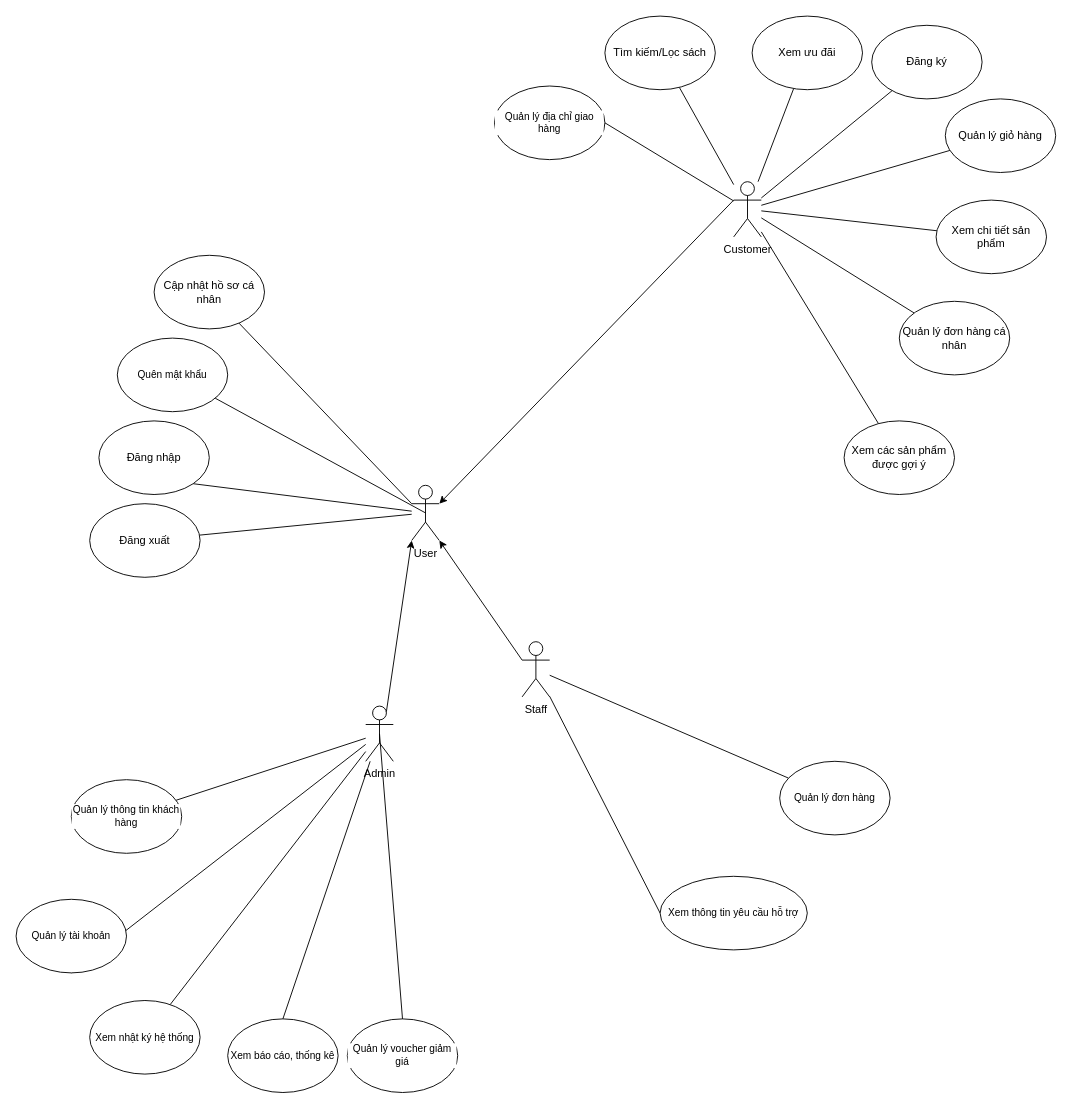
Before: page "Tổng quát" (1 of 9) of Usecase Diagram Bookstore.drawio in KaNguyen3005/Bookstore-System, a draw.io diagram. Source tidied: cells renumbered, new cells numbered last; positions are measured from the earlier drawing's top-left corner, leaving out a move shared by most shapes. Both pictures are drawn from the tidied source at 92%, with x=0, y=0 at pixel (16, 16).
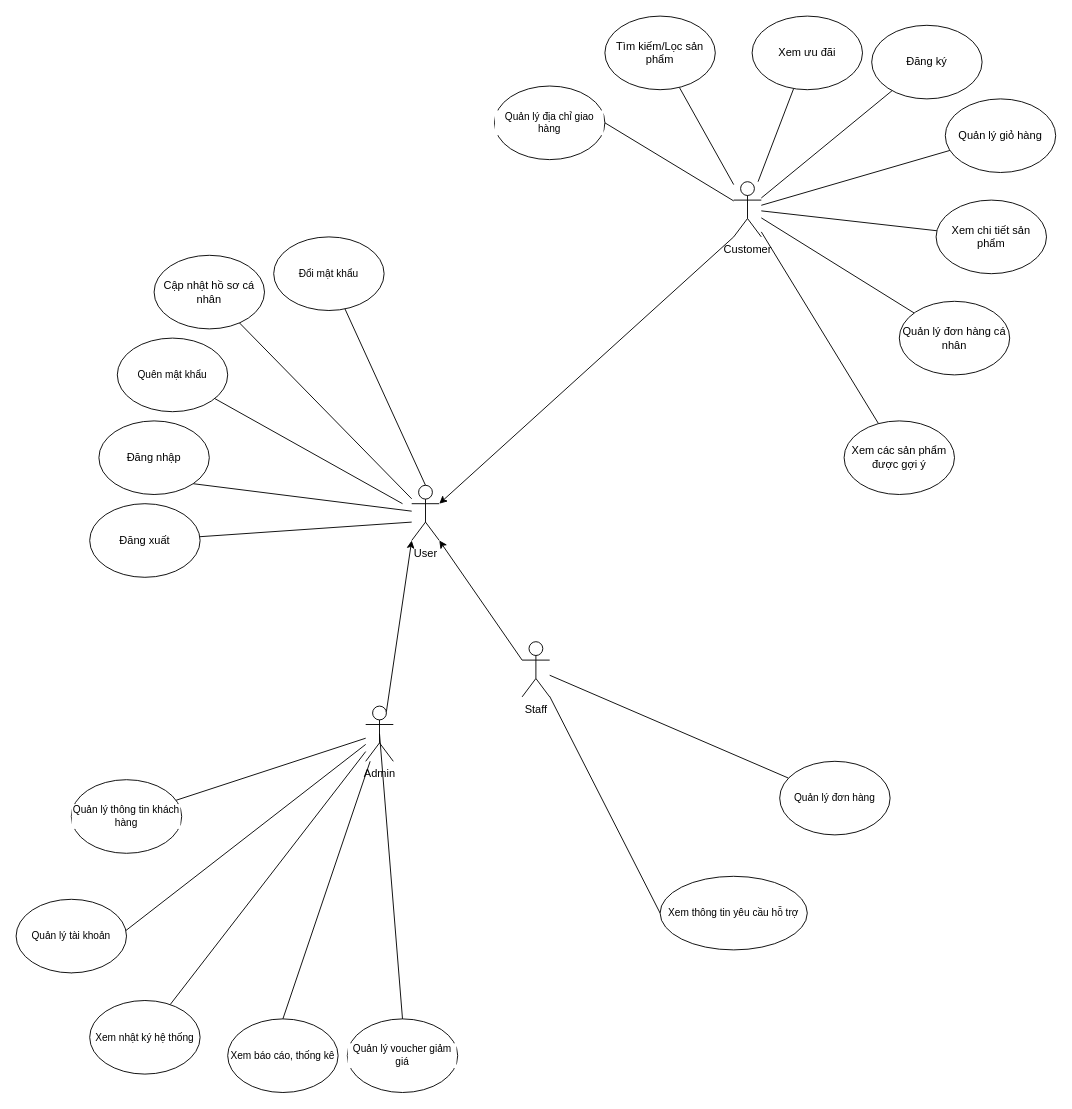
After the change.

The change refers to these unchanged cells:
```xml
<mxCell id="19" value="Customer" style="shape=umlActor;verticalLabelPosition=bottom;verticalAlign=top;html=1;outlineConnect=0;" parent="1" vertex="1">
  <mxGeometry x="780" y="180" width="30" height="60" as="geometry" />
</mxCell>
<mxCell id="26" value="User" style="shape=umlActor;verticalLabelPosition=bottom;verticalAlign=top;html=1;outlineConnect=0;" parent="1" vertex="1">
  <mxGeometry x="430" y="510" width="30" height="60" as="geometry" />
</mxCell>
<mxCell id="28" value="Đăng xuất" style="ellipse;whiteSpace=wrap;html=1;" parent="1" vertex="1">
  <mxGeometry x="80" y="530" width="120" height="80" as="geometry" />
</mxCell>
<mxCell id="31" value="Cập nhật hồ sơ cá nhân" style="ellipse;whiteSpace=wrap;html=1;" parent="1" vertex="1">
  <mxGeometry x="150" y="260" width="120" height="80" as="geometry" />
</mxCell>
<mxCell id="44" value="Quên mật khẩu" style="ellipse;whiteSpace=wrap;html=1;fontFamily=Helvetica;fontSize=11;fontColor=default;labelBackgroundColor=default;" parent="1" vertex="1">
  <mxGeometry x="110" y="350" width="120" height="80" as="geometry" />
</mxCell>
```

Diff of the diagram source:
```diff
@@
-    <mxCell id="17" style="edgeStyle=none;shape=connector;rounded=0;jettySize=auto;html=1;strokeColor=default;align=center;verticalAlign=middle;fontFamily=Helvetica;fontSize=11;fontColor=default;labelBackgroundColor=default;endArrow=none;endFill=0;exitX=0;exitY=0.3333333333333333;exitDx=0;exitDy=0;exitPerimeter=0;" parent="1" edge="1" source="26" target="31">
+    <mxCell id="17" style="edgeStyle=none;shape=connector;rounded=0;jettySize=auto;html=1;strokeColor=default;align=center;verticalAlign=middle;fontFamily=Helvetica;fontSize=11;fontColor=default;labelBackgroundColor=default;endArrow=none;endFill=0;" parent="1" edge="1" source="26" target="31">
       <mxGeometry relative="1" as="geometry" />
     </mxCell>
@@
-    <mxCell id="23" value="Tìm kiếm/Lọc sách" style="ellipse;whiteSpace=wrap;html=1;" parent="1" vertex="1">
+    <mxCell id="23" value="Tìm kiếm/Lọc sản phẩm" style="ellipse;whiteSpace=wrap;html=1;" parent="1" vertex="1">
       <mxGeometry x="640" width="120" height="80" as="geometry" />
     </mxCell>
@@
-    <mxCell id="25" style="edgeStyle=none;shape=connector;rounded=0;jettySize=auto;html=1;strokeColor=default;align=center;verticalAlign=middle;fontFamily=Helvetica;fontSize=11;fontColor=default;labelBackgroundColor=default;endArrow=none;endFill=0;" parent="1" edge="1" source="26" target="28">
-      <mxGeometry relative="1" as="geometry" />
+    <mxCell id="25" style="edgeStyle=none;shape=connector;rounded=0;jettySize=auto;html=1;strokeColor=default;align=center;verticalAlign=middle;fontFamily=Helvetica;fontSize=11;fontColor=default;labelBackgroundColor=default;endArrow=none;endFill=0;" parent="1" edge="1" target="28">
+      <mxGeometry relative="1" as="geometry">
+        <mxPoint x="430" y="550" as="sourcePoint" />
+      </mxGeometry>
     </mxCell>
@@
-    <mxCell id="42" style="endArrow=classic;html=1;rounded=0;strokeColor=default;align=center;verticalAlign=middle;fontFamily=Helvetica;fontSize=11;fontColor=default;labelBackgroundColor=default;exitX=0;exitY=0.3333333333333333;exitDx=0;exitDy=0;exitPerimeter=0;entryX=1;entryY=0.3333333333333333;entryDx=0;entryDy=0;entryPerimeter=0;" parent="1" edge="1" source="19" target="26">
+    <mxCell id="42" style="endArrow=classic;html=1;rounded=0;strokeColor=default;align=center;verticalAlign=middle;fontFamily=Helvetica;fontSize=11;fontColor=default;labelBackgroundColor=default;exitX=0;exitY=1;exitDx=0;exitDy=0;exitPerimeter=0;entryX=1;entryY=0.3333333333333333;entryDx=0;entryDy=0;entryPerimeter=0;" parent="1" edge="1" source="19" target="26">
       <mxGeometry relative="1" as="geometry" />
     </mxCell>
@@
-    <mxCell id="45" style="edgeStyle=none;shape=connector;rounded=0;jettySize=auto;html=1;entryX=0.5;entryY=0.5;entryDx=0;entryDy=0;entryPerimeter=0;strokeColor=default;align=center;verticalAlign=middle;fontFamily=Helvetica;fontSize=11;fontColor=default;labelBackgroundColor=default;endArrow=none;endFill=0;" parent="1" edge="1" source="44" target="26">
-      <mxGeometry relative="1" as="geometry" />
+    <mxCell id="45" style="edgeStyle=none;shape=connector;rounded=0;jettySize=auto;html=1;strokeColor=default;align=center;verticalAlign=middle;fontFamily=Helvetica;fontSize=11;fontColor=default;labelBackgroundColor=default;endArrow=none;endFill=0;" parent="1" edge="1" source="44">
+      <mxGeometry relative="1" as="geometry">
+        <mxPoint x="420" y="530" as="targetPoint" />
+      </mxGeometry>
     </mxCell>
@@
+    <mxCell id="47" value="Đổi mật khẩu" style="ellipse;whiteSpace=wrap;html=1;fontFamily=Helvetica;fontSize=11;fontColor=default;labelBackgroundColor=default;" parent="1" vertex="1">
+      <mxGeometry x="280" y="240" width="120" height="80" as="geometry" />
+    </mxCell>
+    <mxCell id="48" style="edgeStyle=none;shape=connector;rounded=0;jettySize=auto;html=1;entryX=0.5;entryY=0;entryDx=0;entryDy=0;entryPerimeter=0;strokeColor=default;align=center;verticalAlign=middle;fontFamily=Helvetica;fontSize=11;fontColor=default;labelBackgroundColor=default;endArrow=none;endFill=0;" parent="1" edge="1" source="47" target="26">
+      <mxGeometry relative="1" as="geometry" />
+    </mxCell>
```
